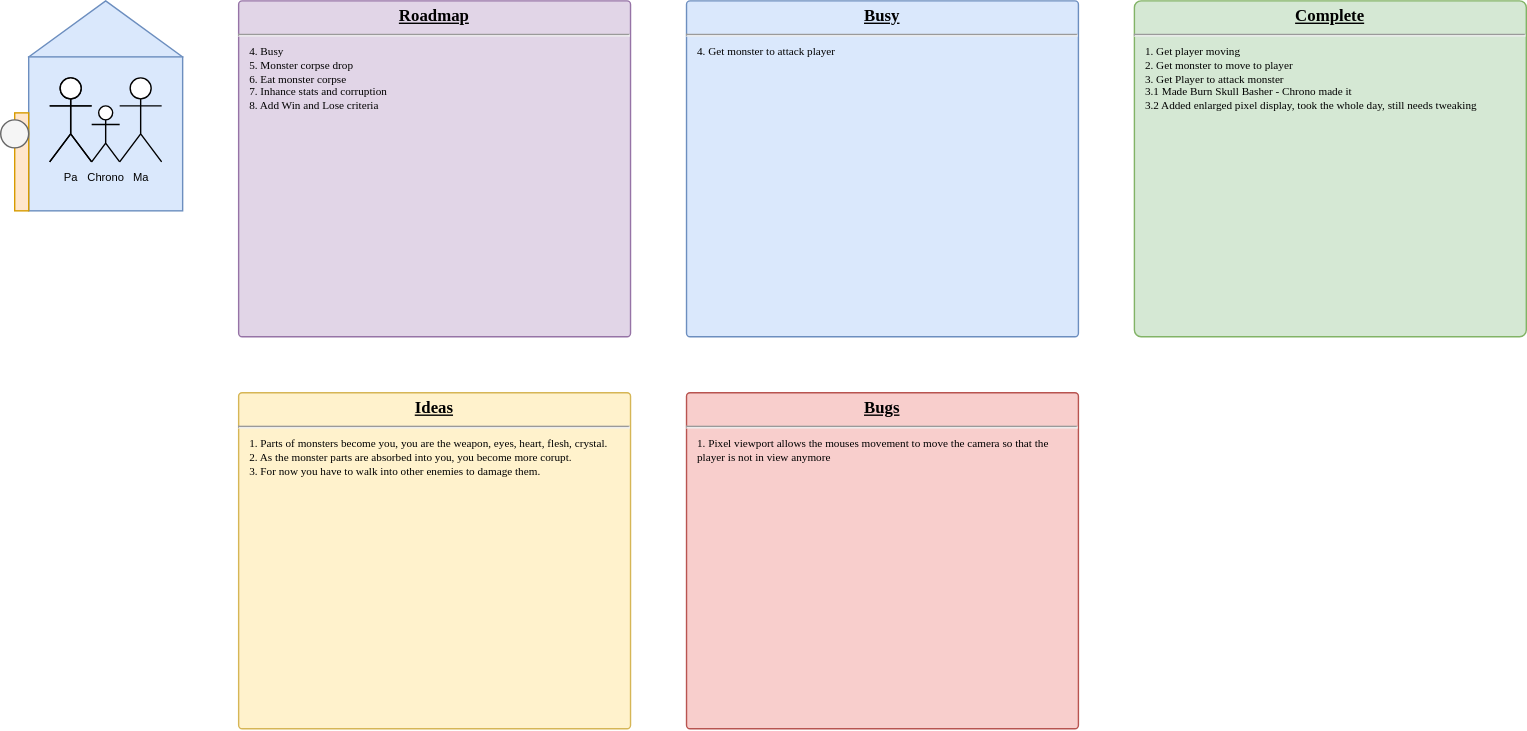
Earlier version of the draw.io export Planning.svg (bitbear101/Insatiable). Source tidied: cells renumbered, new cells last; positions are measured from the earlier drawing's top-left corner, leaving out a move shared by most shapes.
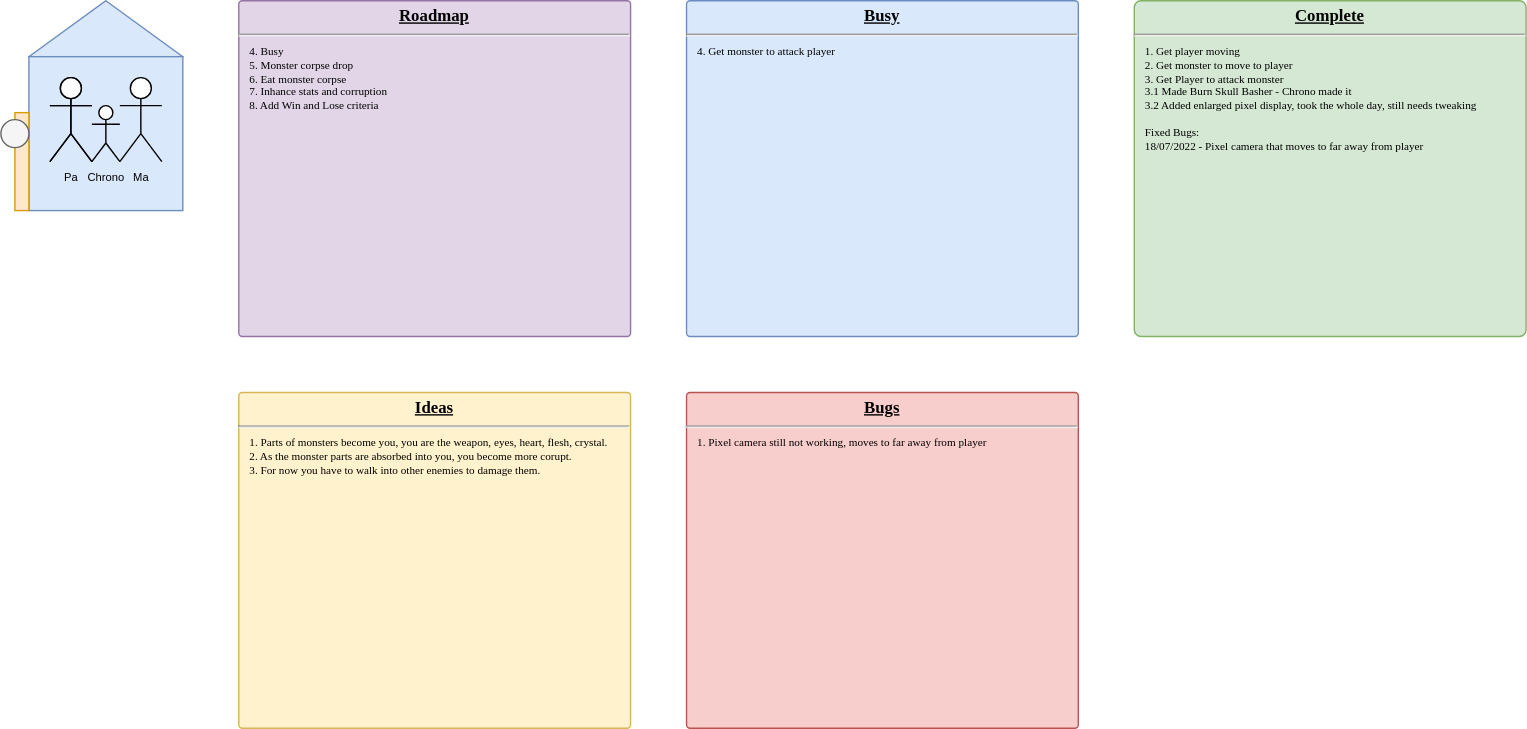
The same file after the commit.

Change to the diagram source:
```diff
@@ -8,7 +8,7 @@
     <mxCell id="3" style="whiteSpace=wrap;html=1;fontSize=8;fillColor=#dae8fc;strokeColor=#6c8ebf;" parent="1" vertex="1">
       <mxGeometry x="20" y="40" width="110" height="110" as="geometry" />
     </mxCell>
-    <mxCell id="4" value="&lt;p style=&quot;margin: 0px ; margin-top: 4px ; text-align: center ; text-decoration: underline&quot;&gt;&lt;b&gt;Complete&lt;/b&gt;&lt;/p&gt;&lt;hr&gt;&lt;p style=&quot;margin: 0px 0px 0px 8px ; font-size: 8px&quot;&gt;1. Get player moving&lt;/p&gt;&lt;p style=&quot;margin: 0px 0px 0px 8px ; font-size: 8px&quot;&gt;2. Get monster to move to player&lt;/p&gt;&lt;p style=&quot;margin: 0px 0px 0px 8px ; font-size: 8px&quot;&gt;3. Get Player to attack monster&lt;/p&gt;&lt;p style=&quot;margin: 0px 0px 0px 8px ; font-size: 8px&quot;&gt;3.1 Made Burn Skull Basher - Chrono made it&lt;/p&gt;&lt;p style=&quot;margin: 0px 0px 0px 8px ; font-size: 8px&quot;&gt;3.2 Added enlarged pixel display, took the whole day, still needs tweaking&lt;/p&gt;" style="verticalAlign=top;align=left;overflow=fill;fontSize=12;fontFamily=JetBrains Mono;html=1;strokeColor=#82b366;shadow=0;fillColor=#d5e8d4;fontSource=https%3A%2F%2Ffonts.googleapis.com%2Fcss%3Ffamily%3DJetBrains%2BMono;whiteSpace=wrap;glass=0;rounded=1;arcSize=2;imageHeight=24;" parent="1" vertex="1">
+    <mxCell id="4" value="&lt;p style=&quot;margin: 0px ; margin-top: 4px ; text-align: center ; text-decoration: underline&quot;&gt;&lt;b&gt;Complete&lt;/b&gt;&lt;/p&gt;&lt;hr&gt;&lt;p style=&quot;margin: 0px 0px 0px 8px ; font-size: 8px&quot;&gt;1. Get player moving&lt;/p&gt;&lt;p style=&quot;margin: 0px 0px 0px 8px ; font-size: 8px&quot;&gt;2. Get monster to move to player&lt;/p&gt;&lt;p style=&quot;margin: 0px 0px 0px 8px ; font-size: 8px&quot;&gt;3. Get Player to attack monster&lt;/p&gt;&lt;p style=&quot;margin: 0px 0px 0px 8px ; font-size: 8px&quot;&gt;3.1 Made Burn Skull Basher - Chrono made it&lt;/p&gt;&lt;p style=&quot;margin: 0px 0px 0px 8px ; font-size: 8px&quot;&gt;3.2 Added enlarged pixel display, took the whole day, still needs tweaking&lt;/p&gt;&lt;p style=&quot;margin: 0px 0px 0px 8px ; font-size: 8px&quot;&gt;&lt;br&gt;&lt;/p&gt;&lt;p style=&quot;margin: 0px 0px 0px 8px ; font-size: 8px&quot;&gt;Fixed Bugs:&lt;/p&gt;&lt;p style=&quot;margin: 0px 0px 0px 8px ; font-size: 8px&quot;&gt;18/07/2022 - Pixel camera that moves to far away from player&lt;/p&gt;" style="verticalAlign=top;align=left;overflow=fill;fontSize=12;fontFamily=JetBrains Mono;html=1;strokeColor=#82b366;shadow=0;fillColor=#d5e8d4;fontSource=https%3A%2F%2Ffonts.googleapis.com%2Fcss%3Ffamily%3DJetBrains%2BMono;whiteSpace=wrap;glass=0;rounded=1;arcSize=2;imageHeight=24;" parent="1" vertex="1">
       <mxGeometry x="810" width="280" height="240" as="geometry" />
     </mxCell>
     <mxCell id="5" value="&lt;p style=&quot;margin: 0px ; margin-top: 4px ; text-align: center ; text-decoration: underline&quot;&gt;&lt;b&gt;Ideas&lt;/b&gt;&lt;/p&gt;&lt;hr&gt;&lt;p style=&quot;margin: 0px 0px 0px 8px ; font-size: 8px&quot;&gt;1. Parts of monsters become you, you are the weapon, eyes,&lt;span&gt;&amp;nbsp;heart, flesh, crystal.&lt;/span&gt;&lt;/p&gt;&lt;p style=&quot;margin: 0px 0px 0px 8px ; font-size: 8px&quot;&gt;&lt;span&gt;2. As the monster parts are absorbed into you, you become more corupt.&lt;/span&gt;&lt;/p&gt;&lt;p style=&quot;margin: 0px 0px 0px 8px ; font-size: 8px&quot;&gt;&lt;span&gt;3. For now you have to walk into other enemies to damage them.&lt;/span&gt;&lt;/p&gt;&lt;p style=&quot;margin: 0px 0px 0px 8px ; font-size: 8px&quot;&gt;&lt;span&gt;&lt;br&gt;&lt;/span&gt;&lt;/p&gt;&lt;p style=&quot;margin: 0px 0px 0px 8px ; font-size: 8px&quot;&gt;&lt;span&gt;&lt;br&gt;&lt;/span&gt;&lt;/p&gt;" style="verticalAlign=top;align=left;overflow=fill;fontSize=12;fontFamily=JetBrains Mono;html=1;strokeColor=#d6b656;shadow=0;fillColor=#fff2cc;fontSource=https%3A%2F%2Ffonts.googleapis.com%2Fcss%3Ffamily%3DJetBrains%2BMono;whiteSpace=wrap;rounded=1;arcSize=5;absoluteArcSize=1;" parent="1" vertex="1">
@@ -32,7 +32,7 @@
     <mxCell id="11" style="ellipse;whiteSpace=wrap;html=1;fontSize=8;fillColor=#f5f5f5;strokeColor=#666666;fontColor=#333333;" parent="1" vertex="1">
       <mxGeometry y="85" width="20" height="20" as="geometry" />
     </mxCell>
-    <mxCell id="12" value="&lt;p style=&quot;margin: 0px ; margin-top: 4px ; text-align: center ; text-decoration: underline&quot;&gt;&lt;b&gt;Bugs&lt;/b&gt;&lt;/p&gt;&lt;hr&gt;&lt;p style=&quot;margin: 0px 0px 0px 8px ; font-size: 8px&quot;&gt;1. Pixel viewport allows the mouses movement to move the camera so that the player is not in view anymore&lt;/p&gt;" style="verticalAlign=top;align=left;overflow=fill;fontSize=12;fontFamily=JetBrains Mono;html=1;strokeColor=#b85450;shadow=0;fillColor=#f8cecc;fontSource=https%3A%2F%2Ffonts.googleapis.com%2Fcss%3Ffamily%3DJetBrains%2BMono;whiteSpace=wrap;glass=0;rounded=1;arcSize=5;imageHeight=24;absoluteArcSize=1;" parent="1" vertex="1">
+    <mxCell id="12" value="&lt;p style=&quot;margin: 4px 0px 0px; text-decoration: underline;&quot;&gt;&lt;b&gt;Bugs&lt;/b&gt;&lt;/p&gt;&lt;hr&gt;&lt;p style=&quot;text-align: left; margin: 0px 0px 0px 8px; font-size: 8px;&quot;&gt;1. Pixel camera still not working, moves to far away from player&lt;/p&gt;" style="verticalAlign=top;align=center;overflow=fill;fontSize=12;fontFamily=JetBrains Mono;html=1;strokeColor=#b85450;shadow=0;fillColor=#f8cecc;fontSource=https%3A%2F%2Ffonts.googleapis.com%2Fcss%3Ffamily%3DJetBrains%2BMono;whiteSpace=wrap;glass=0;rounded=1;arcSize=5;imageHeight=24;absoluteArcSize=1;" parent="1" vertex="1">
       <mxGeometry x="490" y="280" width="280" height="240" as="geometry" />
     </mxCell>
     <mxCell id="13" value="&lt;p style=&quot;margin: 0px ; margin-top: 4px ; text-align: center ; text-decoration: underline&quot;&gt;&lt;b&gt;Busy&lt;/b&gt;&lt;/p&gt;&lt;hr&gt;&lt;p style=&quot;margin: 0px 0px 0px 8px ; font-size: 8px&quot;&gt;4. Get monster to attack player&lt;/p&gt;" style="verticalAlign=top;align=left;overflow=fill;fontSize=12;fontFamily=JetBrains Mono;html=1;strokeColor=#6c8ebf;shadow=0;fillColor=#dae8fc;fontSource=https%3A%2F%2Ffonts.googleapis.com%2Fcss%3Ffamily%3DJetBrains%2BMono;whiteSpace=wrap;glass=0;rounded=1;arcSize=5;imageHeight=24;absoluteArcSize=1;" parent="1" vertex="1">
```
